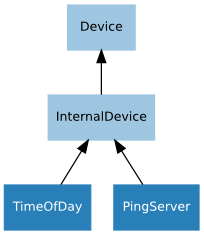
Earlier version of the Graphviz export docs/images/other_device_hierarchy.png (gpiozero/gpiozero). Its source is kept beside it as docs/images/other_device_hierarchy.dot. Source of this version:
```dot
/* vim: set et sw=4 sts=4: */

digraph classes {
    graph [rankdir=BT];
    node [shape=rect, style=filled, fontname=Sans, fontsize=10];
    edge [];

    /* Abstract classes */
    node [color="#9ec6e0", fontcolor="#000000"]
    Device;
    InternalDevice;

    /* Concrete classes */
    node [color="#2980b9", fontcolor="#ffffff"];

    InternalDevice->Device;
    TimeOfDay->InternalDevice;
    PingServer->InternalDevice;
}
```
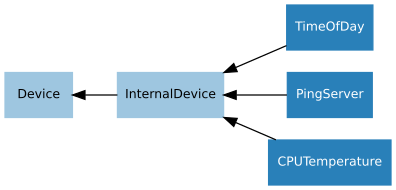
Above is the later version.

Diff of the diagram source:
```diff
@@ -1,7 +1,7 @@
 /* vim: set et sw=4 sts=4: */
 
 digraph classes {
-    graph [rankdir=BT];
+    graph [rankdir=RL];
     node [shape=rect, style=filled, fontname=Sans, fontsize=10];
     edge [];
 
@@ -16,4 +16,5 @@
     InternalDevice->Device;
     TimeOfDay->InternalDevice;
     PingServer->InternalDevice;
+    CPUTemperature->InternalDevice;
 }
```
